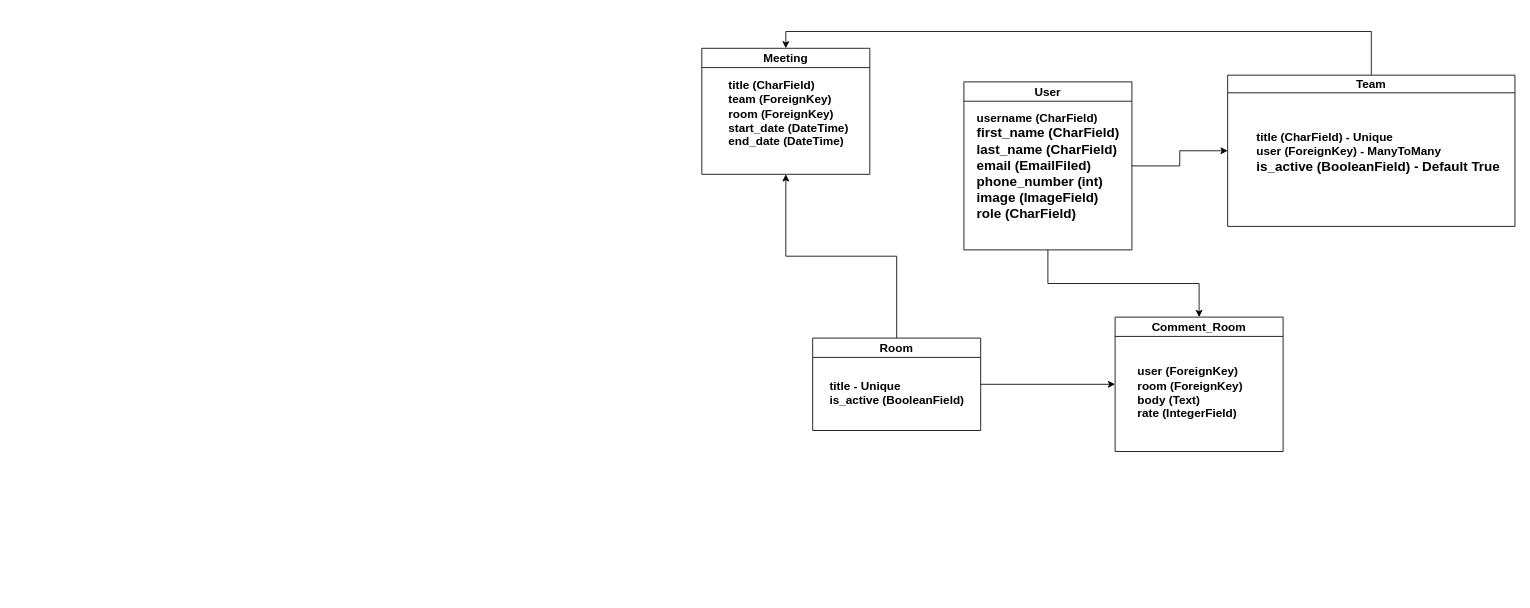
Before: event-planner.drawio in mraghdasi/event-planner, a draw.io diagram. Source tidied: cells renumbered, new cells numbered last; positions are measured from the earlier drawing's top-left corner, leaving out a move shared by most shapes. Both pictures are drawn from the tidied source at 84%, with x=0, y=0 at pixel (701, 48).
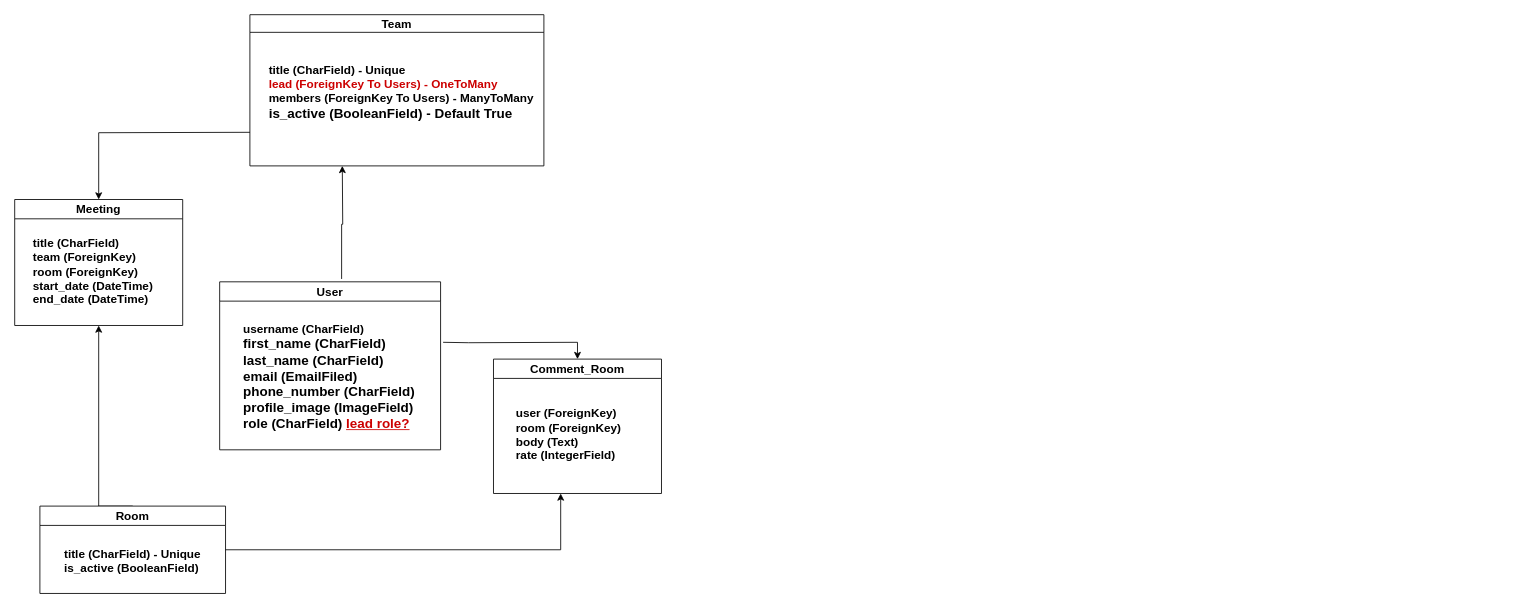
The same page after the edit.

Diff of the diagram source:
```diff
@@
-    <mxCell id="2" style="edgeStyle=orthogonalEdgeStyle;rounded=0;jettySize=auto;html=1;exitX=0.5;exitY=1;exitDx=0;exitDy=0;entryX=0.5;entryY=0;entryDx=0;entryDy=0;" parent="1" edge="1" source="3" target="15">
-      <mxGeometry relative="1" as="geometry" />
-    </mxCell>
+    <mxCell id="17" style="edgeStyle=orthogonalEdgeStyle;rounded=0;jettySize=auto;html=1;entryX=0.5;entryY=0;entryDx=0;entryDy=0;" parent="1" edge="1" target="15">
+      <mxGeometry relative="1" as="geometry">
+        <mxPoint x="-308" y="350" as="sourcePoint" />
+      </mxGeometry>
+    </mxCell>
     <mxCell id="3" value="&lt;font style=&quot;font-size: 14px;&quot;&gt;User&lt;/font&gt;" style="swimlane;whiteSpace=wrap;html=1;startSize=23;" parent="1" vertex="1">
-      <mxGeometry x="312" y="40" width="200" height="200" as="geometry" />
+      <mxGeometry x="-574" y="278" width="263" height="200" as="geometry" />
     </mxCell>
-    <mxCell id="4" value="&lt;div style=&quot;text-align: left;&quot;&gt;&lt;/div&gt;&lt;b style=&quot;border-color: var(--border-color);&quot;&gt;&lt;div style=&quot;text-align: left;&quot;&gt;&lt;b style=&quot;background-color: initial; border-color: var(--border-color);&quot;&gt;&lt;font style=&quot;font-size: 14px;&quot;&gt;&lt;b style=&quot;border-color: var(--border-color);&quot;&gt;username&amp;nbsp;&lt;/b&gt;(CharField)&lt;/font&gt;&lt;/b&gt;&lt;/div&gt;&lt;/b&gt;&lt;div style=&quot;&quot;&gt;&lt;/div&gt;&lt;b style=&quot;border-color: var(--border-color);&quot;&gt;&lt;div style=&quot;text-align: left;&quot;&gt;&lt;b style=&quot;background-color: initial; border-color: var(--border-color);&quot;&gt;&lt;font size=&quot;3&quot;&gt;&lt;b style=&quot;border-color: var(--border-color);&quot;&gt;first_name&lt;/b&gt;&amp;nbsp;(CharField)&lt;/font&gt;&lt;/b&gt;&lt;/div&gt;&lt;/b&gt;&lt;div style=&quot;text-align: left;&quot;&gt;&lt;span style=&quot;background-color: initial;&quot;&gt;&lt;font size=&quot;3&quot;&gt;&lt;b&gt;last_name (CharField)&lt;/b&gt;&lt;/font&gt;&lt;/span&gt;&lt;/div&gt;&lt;div style=&quot;text-align: left;&quot;&gt;&lt;span style=&quot;background-color: initial;&quot;&gt;&lt;font size=&quot;3&quot;&gt;&lt;b&gt;email (EmailFiled)&lt;/b&gt;&lt;/font&gt;&lt;/span&gt;&lt;/div&gt;&lt;div style=&quot;text-align: left;&quot;&gt;&lt;span style=&quot;background-color: initial;&quot;&gt;&lt;font size=&quot;3&quot;&gt;&lt;b&gt;phone_number (int)&lt;/b&gt;&lt;/font&gt;&lt;/span&gt;&lt;/div&gt;&lt;div style=&quot;text-align: left;&quot;&gt;&lt;span style=&quot;background-color: initial;&quot;&gt;&lt;font size=&quot;3&quot;&gt;&lt;b&gt;image (ImageField)&lt;/b&gt;&lt;/font&gt;&lt;/span&gt;&lt;/div&gt;&lt;div style=&quot;text-align: left;&quot;&gt;&lt;span style=&quot;background-color: initial;&quot;&gt;&lt;font size=&quot;3&quot;&gt;&lt;b&gt;role (CharField)&lt;/b&gt;&lt;/font&gt;&lt;/span&gt;&lt;/div&gt;" style="text;html=1;align=center;verticalAlign=middle;strokeColor=none;fillColor=none;" parent="3" vertex="1">
-      <mxGeometry x="6" y="28" width="188" height="144" as="geometry" />
-    </mxCell>
-    <mxCell id="5" style="edgeStyle=orthogonalEdgeStyle;rounded=0;jettySize=auto;html=1;exitX=0.5;exitY=0;exitDx=0;exitDy=0;entryX=0.5;entryY=0;entryDx=0;entryDy=0;" parent="1" edge="1" source="6" target="9">
-      <mxGeometry relative="1" as="geometry" />
-    </mxCell>
+    <mxCell id="18" value="&lt;div style=&quot;text-align: left;&quot;&gt;&lt;/div&gt;&lt;b style=&quot;border-color: var(--border-color);&quot;&gt;&lt;div style=&quot;text-align: left;&quot;&gt;&lt;b style=&quot;background-color: initial; border-color: var(--border-color);&quot;&gt;&lt;font style=&quot;font-size: 14px;&quot;&gt;&lt;b style=&quot;border-color: var(--border-color);&quot;&gt;username&amp;nbsp;&lt;/b&gt;(CharField)&lt;/font&gt;&lt;/b&gt;&lt;/div&gt;&lt;/b&gt;&lt;div style=&quot;&quot;&gt;&lt;/div&gt;&lt;b style=&quot;border-color: var(--border-color);&quot;&gt;&lt;div style=&quot;text-align: left;&quot;&gt;&lt;b style=&quot;background-color: initial; border-color: var(--border-color);&quot;&gt;&lt;font size=&quot;3&quot;&gt;&lt;b style=&quot;border-color: var(--border-color);&quot;&gt;first_name&lt;/b&gt;&amp;nbsp;(CharField)&lt;/font&gt;&lt;/b&gt;&lt;/div&gt;&lt;/b&gt;&lt;div style=&quot;text-align: left;&quot;&gt;&lt;span style=&quot;background-color: initial;&quot;&gt;&lt;font size=&quot;3&quot;&gt;&lt;b&gt;last_name (CharField)&lt;/b&gt;&lt;/font&gt;&lt;/span&gt;&lt;/div&gt;&lt;div style=&quot;text-align: left;&quot;&gt;&lt;span style=&quot;background-color: initial;&quot;&gt;&lt;font size=&quot;3&quot;&gt;&lt;b&gt;email (EmailFiled)&lt;/b&gt;&lt;/font&gt;&lt;/span&gt;&lt;/div&gt;&lt;div style=&quot;text-align: left;&quot;&gt;&lt;span style=&quot;background-color: initial;&quot;&gt;&lt;font size=&quot;3&quot;&gt;&lt;b&gt;phone_number (CharField)&lt;/b&gt;&lt;/font&gt;&lt;/span&gt;&lt;/div&gt;&lt;div style=&quot;text-align: left;&quot;&gt;&lt;span style=&quot;background-color: initial;&quot;&gt;&lt;font size=&quot;3&quot;&gt;&lt;b&gt;profile_image (ImageField)&lt;/b&gt;&lt;/font&gt;&lt;/span&gt;&lt;/div&gt;&lt;div style=&quot;text-align: left;&quot;&gt;&lt;span style=&quot;background-color: initial;&quot;&gt;&lt;font size=&quot;3&quot;&gt;&lt;b&gt;role (CharField)&lt;font color=&quot;#cc0000&quot;&gt; &lt;u&gt;lead role?&lt;/u&gt;&lt;/font&gt;&lt;/b&gt;&lt;/font&gt;&lt;/span&gt;&lt;/div&gt;" style="text;html=1;align=center;verticalAlign=middle;strokeColor=none;fillColor=none;" parent="3" vertex="1">
+      <mxGeometry x="15" y="38" width="230" height="150" as="geometry" />
+    </mxCell>
+    <mxCell id="19" style="edgeStyle=orthogonalEdgeStyle;rounded=0;jettySize=auto;html=1;entryX=0.5;entryY=0;entryDx=0;entryDy=0;" parent="1" edge="1" target="9">
+      <mxGeometry relative="1" as="geometry">
+        <mxPoint x="-538" y="100" as="sourcePoint" />
+      </mxGeometry>
+    </mxCell>
     <mxCell id="6" value="&lt;font style=&quot;font-size: 14px;&quot;&gt;Team&lt;/font&gt;" style="swimlane;whiteSpace=wrap;html=1;startSize=21;" parent="1" vertex="1">
-      <mxGeometry x="626" y="32" width="342" height="180" as="geometry" />
+      <mxGeometry x="-538" y="-40" width="350" height="180" as="geometry" />
     </mxCell>
-    <mxCell id="7" value="&lt;div style=&quot;text-align: left;&quot;&gt;&lt;/div&gt;&lt;b style=&quot;border-color: var(--border-color);&quot;&gt;&lt;div style=&quot;text-align: left;&quot;&gt;&lt;b style=&quot;background-color: initial; border-color: var(--border-color);&quot;&gt;&lt;font style=&quot;font-size: 14px;&quot;&gt;&lt;b style=&quot;border-color: var(--border-color);&quot;&gt;title&amp;nbsp;&lt;/b&gt;(&lt;b style=&quot;font-size: 12px; background-color: initial; border-color: var(--border-color);&quot;&gt;&lt;font style=&quot;font-size: 14px;&quot;&gt;CharField&lt;/font&gt;&lt;/b&gt;) - Unique&lt;br&gt;&lt;b style=&quot;font-size: 12px; background-color: initial; border-color: var(--border-color);&quot;&gt;&lt;font style=&quot;font-size: 14px;&quot;&gt;&lt;b style=&quot;border-color: var(--border-color);&quot;&gt;user&amp;nbsp;&lt;/b&gt;(ForeignKey) - ManyToMany&lt;/font&gt;&lt;/b&gt;&lt;br&gt;&lt;/font&gt;&lt;/b&gt;&lt;/div&gt;&lt;/b&gt;&lt;div style=&quot;&quot;&gt;&lt;/div&gt;&lt;b style=&quot;border-color: var(--border-color);&quot;&gt;&lt;div style=&quot;text-align: left;&quot;&gt;&lt;font size=&quot;3&quot;&gt;is_active (BooleanField&lt;/font&gt;&lt;span style=&quot;font-size: medium; background-color: initial;&quot;&gt;) - Default True&lt;/span&gt;&lt;/div&gt;&lt;/b&gt;" style="text;html=1;align=center;verticalAlign=middle;strokeColor=none;fillColor=none;" parent="6" vertex="1">
-      <mxGeometry x="25" y="59" width="308" height="65" as="geometry" />
-    </mxCell>
-    <mxCell id="8" style="edgeStyle=orthogonalEdgeStyle;rounded=0;jettySize=auto;html=1;exitX=1;exitY=0.5;exitDx=0;exitDy=0;entryX=0;entryY=0.5;entryDx=0;entryDy=0;" parent="1" edge="1" source="3" target="6">
-      <mxGeometry relative="1" as="geometry" />
-    </mxCell>
+    <mxCell id="20" value="&lt;div style=&quot;text-align: left;&quot;&gt;&lt;/div&gt;&lt;b style=&quot;border-color: var(--border-color);&quot;&gt;&lt;div style=&quot;text-align: left;&quot;&gt;&lt;b style=&quot;background-color: initial; border-color: var(--border-color);&quot;&gt;&lt;font style=&quot;font-size: 14px;&quot;&gt;&lt;b style=&quot;border-color: var(--border-color);&quot;&gt;title&amp;nbsp;&lt;/b&gt;(&lt;b style=&quot;font-size: 12px; background-color: initial; border-color: var(--border-color);&quot;&gt;&lt;font style=&quot;font-size: 14px;&quot;&gt;CharField&lt;/font&gt;&lt;/b&gt;) - Unique&lt;/font&gt;&lt;/b&gt;&lt;/div&gt;&lt;div style=&quot;text-align: left;&quot;&gt;&lt;b style=&quot;background-color: initial; border-color: var(--border-color);&quot;&gt;&lt;font style=&quot;font-size: 14px;&quot;&gt;&lt;font color=&quot;#cc0000&quot;&gt;lead (ForeignKey To Users) - OneToMany&lt;br&gt;&lt;/font&gt;&lt;b style=&quot;font-size: 12px; background-color: initial; border-color: var(--border-color);&quot;&gt;&lt;font style=&quot;font-size: 14px;&quot;&gt;&lt;b style=&quot;border-color: var(--border-color);&quot;&gt;members&amp;nbsp;&lt;/b&gt;(ForeignKey To Users) - ManyToMany&lt;/font&gt;&lt;/b&gt;&lt;br&gt;&lt;/font&gt;&lt;/b&gt;&lt;/div&gt;&lt;/b&gt;&lt;div style=&quot;&quot;&gt;&lt;/div&gt;&lt;b style=&quot;border-color: var(--border-color);&quot;&gt;&lt;div style=&quot;text-align: left;&quot;&gt;&lt;font size=&quot;3&quot;&gt;is_active (BooleanField&lt;/font&gt;&lt;span style=&quot;font-size: medium; background-color: initial;&quot;&gt;) - Default True&lt;/span&gt;&lt;/div&gt;&lt;/b&gt;" style="text;html=1;align=center;verticalAlign=middle;strokeColor=none;fillColor=none;" parent="6" vertex="1">
+      <mxGeometry x="10" y="52" width="340" height="80" as="geometry" />
+    </mxCell>
+    <mxCell id="21" style="edgeStyle=orthogonalEdgeStyle;rounded=0;jettySize=auto;html=1;exitX=0.552;exitY=-0.017;exitDx=0;exitDy=0;exitPerimeter=0;" parent="1" edge="1" source="3">
+      <mxGeometry relative="1" as="geometry">
+        <mxPoint x="-428" y="140" as="targetPoint" />
+      </mxGeometry>
+    </mxCell>
     <mxCell id="9" value="&lt;font style=&quot;font-size: 14px;&quot;&gt;Meeting&lt;/font&gt;" style="swimlane;whiteSpace=wrap;html=1;" parent="1" vertex="1">
-      <mxGeometry width="200" height="150" as="geometry" />
+      <mxGeometry x="-818" y="180" width="200" height="150" as="geometry" />
     </mxCell>
     <mxCell id="10" value="&lt;b&gt;&lt;font style=&quot;font-size: 14px;&quot;&gt;title (&lt;/font&gt;&lt;/b&gt;&lt;b style=&quot;background-color: initial; border-color: var(--border-color);&quot;&gt;&lt;font style=&quot;font-size: 14px;&quot;&gt;CharField&lt;/font&gt;&lt;/b&gt;&lt;b&gt;&lt;font style=&quot;font-size: 14px;&quot;&gt;)&lt;/font&gt;&lt;/b&gt;&lt;b&gt;&lt;font style=&quot;font-size: 14px;&quot;&gt;&lt;br&gt;team (ForeignKey)&lt;br&gt;room (ForeignKey)&lt;br&gt;start_date (DateTime)&lt;br&gt;end_date (DateTime)&lt;br&gt;&lt;br&gt;&lt;/font&gt;&lt;/b&gt;" style="text;html=1;align=left;verticalAlign=middle;strokeColor=none;fillColor=none;" parent="9" vertex="1">
-      <mxGeometry x="30" y="29" width="161" height="113" as="geometry" />
+      <mxGeometry x="19.5" y="37" width="161" height="113" as="geometry" />
     </mxCell>
-    <mxCell id="11" style="edgeStyle=orthogonalEdgeStyle;rounded=0;jettySize=auto;html=1;exitX=1;exitY=0.5;exitDx=0;exitDy=0;entryX=0;entryY=0.5;entryDx=0;entryDy=0;" parent="1" edge="1" source="13" target="15">
-      <mxGeometry relative="1" as="geometry" />
-    </mxCell>
+    <mxCell id="22" style="edgeStyle=orthogonalEdgeStyle;rounded=0;jettySize=auto;html=1;exitX=1;exitY=0.5;exitDx=0;exitDy=0;" parent="1" edge="1" source="13">
+      <mxGeometry relative="1" as="geometry">
+        <mxPoint x="-168" y="530" as="targetPoint" />
+        <Array as="points">
+          <mxPoint x="-168" y="597" />
+        </Array>
+      </mxGeometry>
+    </mxCell>
     <mxCell id="12" style="edgeStyle=orthogonalEdgeStyle;rounded=0;jettySize=auto;html=1;exitX=0.5;exitY=0;exitDx=0;exitDy=0;entryX=0.5;entryY=1;entryDx=0;entryDy=0;" parent="1" edge="1" source="13" target="9">
-      <mxGeometry relative="1" as="geometry" />
+      <mxGeometry relative="1" as="geometry">
+        <Array as="points">
+          <mxPoint x="-718" y="545" />
+        </Array>
+      </mxGeometry>
     </mxCell>
     <mxCell id="13" value="&lt;font style=&quot;font-size: 14px;&quot;&gt;Room&lt;/font&gt;" style="swimlane;whiteSpace=wrap;html=1;" parent="1" vertex="1">
-      <mxGeometry x="132" y="345" width="200" height="110" as="geometry" />
+      <mxGeometry x="-788" y="545" width="221" height="104" as="geometry" />
     </mxCell>
-    <mxCell id="14" value="&lt;div style=&quot;text-align: left;&quot;&gt;&lt;b style=&quot;font-size: 14px; background-color: initial;&quot;&gt;title - Unique&lt;/b&gt;&lt;/div&gt;&lt;font style=&quot;font-size: 14px;&quot;&gt;&lt;div style=&quot;text-align: left;&quot;&gt;&lt;b style=&quot;background-color: initial;&quot;&gt;is_active (BooleanField)&lt;/b&gt;&lt;/div&gt;&lt;/font&gt;" style="text;html=1;align=center;verticalAlign=middle;strokeColor=none;fillColor=none;" parent="13" vertex="1">
-      <mxGeometry x="11" y="42" width="178" height="46" as="geometry" />
-    </mxCell>
+    <mxCell id="23" value="&lt;div style=&quot;text-align: left;&quot;&gt;&lt;b style=&quot;font-size: 14px; background-color: initial;&quot;&gt;title (CharField) - Unique&lt;/b&gt;&lt;/div&gt;&lt;div style=&quot;text-align: left;&quot;&gt;&lt;b style=&quot;font-size: 14px; background-color: initial;&quot;&gt;is_active (BooleanField)&lt;/b&gt;&lt;br&gt;&lt;/div&gt;" style="text;html=1;align=center;verticalAlign=middle;strokeColor=none;fillColor=none;" parent="13" vertex="1">
+      <mxGeometry x="19" y="42" width="181" height="46" as="geometry" />
+    </mxCell>
     <mxCell id="15" value="&lt;font style=&quot;font-size: 14px;&quot;&gt;Comment_Room&lt;/font&gt;" style="swimlane;whiteSpace=wrap;html=1;" parent="1" vertex="1">
-      <mxGeometry x="492" y="320" width="200" height="160" as="geometry" />
+      <mxGeometry x="-248" y="370" width="200" height="160" as="geometry" />
     </mxCell>
```
